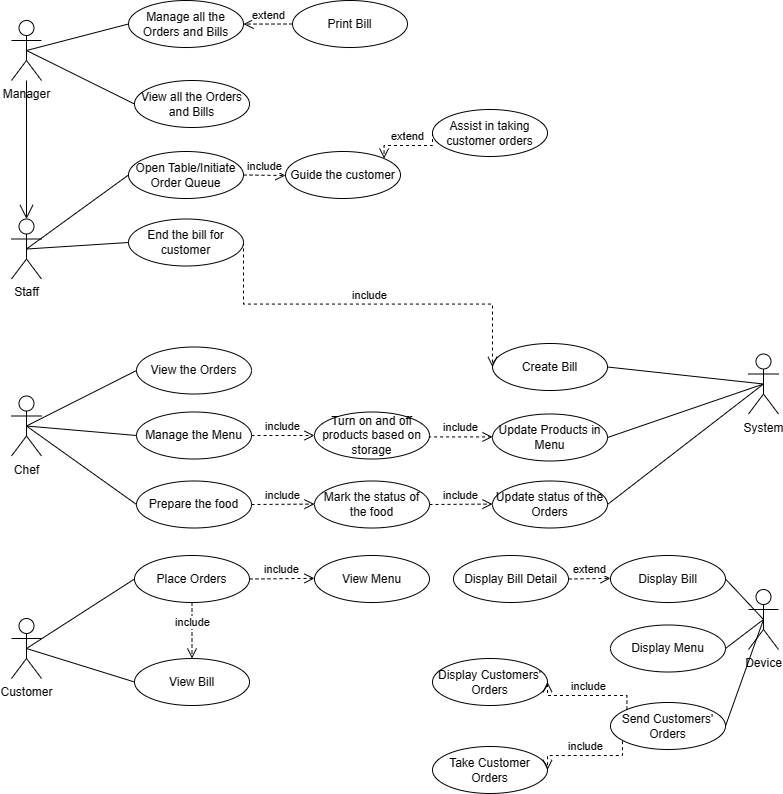
Earlier version of the draw.io export .database/ERD/SOA_USECASE.png (keysKuo/Nodejs-Manfu-API). Source tidied: cells renumbered, new cells last; positions are measured from the earlier drawing's top-left corner, leaving out a move shared by most shapes.
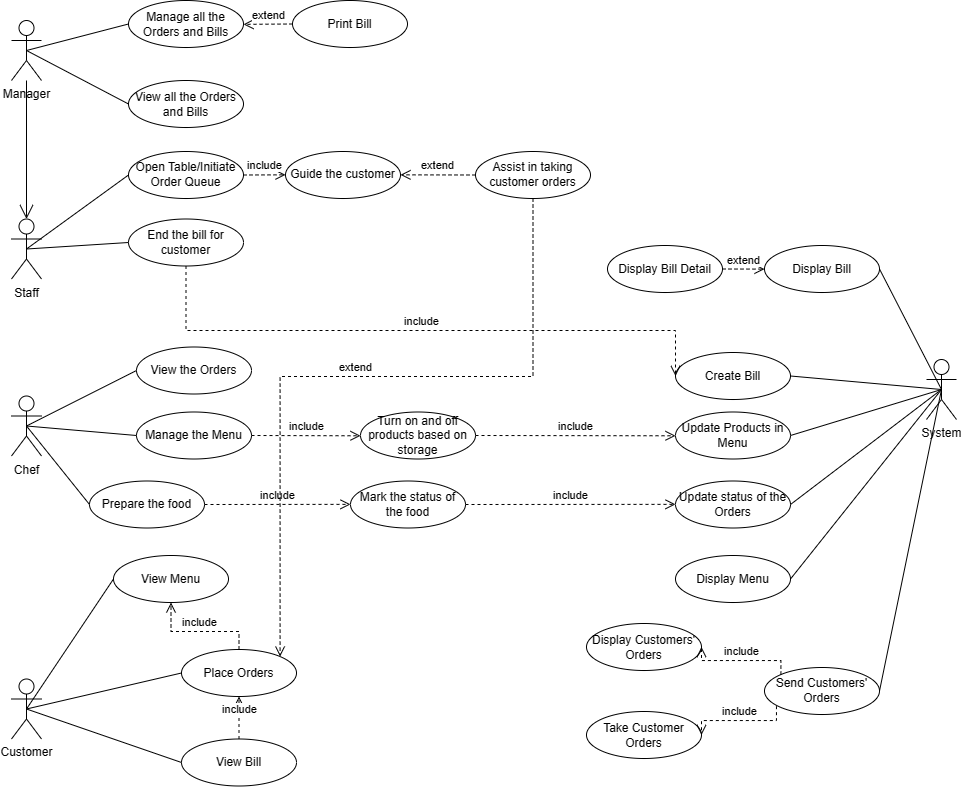
Above is the later version.

Commit message:
update usecase diagram

What changed in the source:
```diff
@@ -12,16 +12,13 @@
       <mxGeometry y="395.5" width="30" height="60" as="geometry" />
     </mxCell>
     <mxCell id="5" value="System" style="shape=umlActor;verticalLabelPosition=bottom;verticalAlign=top;html=1;" parent="1" vertex="1">
-      <mxGeometry x="737" y="353.5" width="30" height="60" as="geometry" />
+      <mxGeometry x="915" y="359" width="30" height="60" as="geometry" />
     </mxCell>
-    <mxCell id="6" value="Device" style="shape=umlActor;verticalLabelPosition=bottom;verticalAlign=top;html=1;" parent="1" vertex="1">
-      <mxGeometry x="737" y="589" width="30" height="60" as="geometry" />
-    </mxCell>
     <mxCell id="7" value="Open Table/Initiate Order Queue" style="ellipse;whiteSpace=wrap;html=1;" parent="1" vertex="1">
       <mxGeometry x="117" y="151" width="115" height="47" as="geometry" />
     </mxCell>
     <mxCell id="8" value="Assist in taking customer orders" style="ellipse;whiteSpace=wrap;html=1;" parent="1" vertex="1">
-      <mxGeometry x="421" y="109" width="115" height="47" as="geometry" />
+      <mxGeometry x="464" y="151" width="115" height="47" as="geometry" />
     </mxCell>
     <mxCell id="9" value="End the bill for customer" style="ellipse;whiteSpace=wrap;html=1;" parent="1" vertex="1">
       <mxGeometry x="117" y="218.5" width="115" height="47" as="geometry" />
@@ -33,22 +30,22 @@
       <mxGeometry x="125" y="346.5" width="115" height="47" as="geometry" />
     </mxCell>
     <mxCell id="12" value="Turn on and off products based on storage" style="ellipse;whiteSpace=wrap;html=1;" parent="1" vertex="1">
-      <mxGeometry x="303" y="411.5" width="115" height="47" as="geometry" />
+      <mxGeometry x="349" y="411.5" width="115" height="47" as="geometry" />
     </mxCell>
     <mxCell id="13" value="Manage the Menu" style="ellipse;whiteSpace=wrap;html=1;" parent="1" vertex="1">
       <mxGeometry x="125" y="411.5" width="115" height="47" as="geometry" />
     </mxCell>
     <mxCell id="14" value="Prepare the food" style="ellipse;whiteSpace=wrap;html=1;" parent="1" vertex="1">
-      <mxGeometry x="125" y="480.5" width="115" height="47" as="geometry" />
+      <mxGeometry x="78" y="480.5" width="115" height="47" as="geometry" />
     </mxCell>
     <mxCell id="15" value="Mark the status of the food" style="ellipse;whiteSpace=wrap;html=1;" parent="1" vertex="1">
-      <mxGeometry x="303" y="480.5" width="115" height="47" as="geometry" />
+      <mxGeometry x="339" y="480.5" width="115" height="47" as="geometry" />
     </mxCell>
     <mxCell id="16" value="Manage all the Orders and Bills" style="ellipse;whiteSpace=wrap;html=1;" parent="1" vertex="1">
       <mxGeometry x="117" width="115" height="47" as="geometry" />
     </mxCell>
     <mxCell id="17" value="View all the Orders and Bills" style="ellipse;whiteSpace=wrap;html=1;" parent="1" vertex="1">
-      <mxGeometry x="123" y="80" width="115" height="47" as="geometry" />
+      <mxGeometry x="117" y="80" width="115" height="47" as="geometry" />
     </mxCell>
     <mxCell id="18" style="endArrow=none;html=1;rounded=0;entryX=0;entryY=0.5;entryDx=0;entryDy=0;exitX=0.5;exitY=0.5;exitDx=0;exitDy=0;exitPerimeter=0;" parent="1" edge="1" source="3" target="7">
       <mxGeometry relative="1" as="geometry" />
@@ -57,10 +54,10 @@
       <mxGeometry relative="1" as="geometry" />
     </mxCell>
     <mxCell id="20" value="Customer" style="shape=umlActor;verticalLabelPosition=bottom;verticalAlign=top;html=1;" parent="1" vertex="1">
-      <mxGeometry y="618" width="30" height="60" as="geometry" />
+      <mxGeometry y="678.5" width="30" height="60" as="geometry" />
     </mxCell>
     <mxCell id="21" value="Place Orders" style="ellipse;whiteSpace=wrap;html=1;" parent="1" vertex="1">
-      <mxGeometry x="123" y="555" width="115" height="47" as="geometry" />
+      <mxGeometry x="170" y="649" width="115" height="47" as="geometry" />
     </mxCell>
     <mxCell id="22" style="endArrow=none;html=1;rounded=0;exitX=0;exitY=0.5;exitDx=0;exitDy=0;entryX=0.5;entryY=0.5;entryDx=0;entryDy=0;entryPerimeter=0;" parent="1" edge="1" source="11" target="4">
       <mxGeometry relative="1" as="geometry" />
@@ -83,58 +80,63 @@
     <mxCell id="28" value="include" style="html=1;verticalAlign=bottom;endArrow=open;dashed=1;endSize=8;edgeStyle=elbowEdgeStyle;elbow=vertical;curved=0;rounded=0;exitX=1;exitY=0.5;exitDx=0;exitDy=0;entryX=0;entryY=0.5;entryDx=0;entryDy=0;" parent="1" edge="1" source="7" target="10">
       <mxGeometry relative="1" as="geometry" />
     </mxCell>
-    <mxCell id="29" value="extend" style="html=1;verticalAlign=bottom;endArrow=open;dashed=1;endSize=8;edgeStyle=elbowEdgeStyle;elbow=vertical;curved=0;rounded=0;entryX=1;entryY=0;entryDx=0;entryDy=0;exitX=0;exitY=0.5;exitDx=0;exitDy=0;" parent="1" edge="1" source="8" target="10">
+    <mxCell id="29" value="extend" style="html=1;verticalAlign=bottom;endArrow=open;dashed=1;endSize=8;edgeStyle=elbowEdgeStyle;elbow=vertical;curved=0;rounded=0;entryX=1;entryY=0.5;entryDx=0;entryDy=0;exitX=0;exitY=0.5;exitDx=0;exitDy=0;" parent="1" edge="1" source="8" target="10">
       <mxGeometry relative="1" as="geometry" />
     </mxCell>
     <mxCell id="30" value="Display Menu" style="ellipse;whiteSpace=wrap;html=1;" parent="1" vertex="1">
-      <mxGeometry x="599" y="624.5" width="115" height="47" as="geometry" />
+      <mxGeometry x="664" y="555" width="115" height="47" as="geometry" />
     </mxCell>
     <mxCell id="31" value="Send Customers' Orders" style="ellipse;whiteSpace=wrap;html=1;" parent="1" vertex="1">
-      <mxGeometry x="599" y="702" width="115" height="47" as="geometry" />
+      <mxGeometry x="753" y="667" width="115" height="47" as="geometry" />
     </mxCell>
     <mxCell id="32" value="Update status of the Orders" style="ellipse;whiteSpace=wrap;html=1;" parent="1" vertex="1">
-      <mxGeometry x="481" y="480.5" width="115" height="47" as="geometry" />
+      <mxGeometry x="664" y="480.5" width="115" height="47" as="geometry" />
     </mxCell>
     <mxCell id="33" value="include" style="html=1;verticalAlign=bottom;endArrow=open;dashed=1;endSize=8;edgeStyle=elbowEdgeStyle;elbow=vertical;curved=0;rounded=0;exitX=1;exitY=0.5;exitDx=0;exitDy=0;entryX=0;entryY=0.5;entryDx=0;entryDy=0;exitPerimeter=0;" parent="1" edge="1" source="15" target="32">
       <mxGeometry relative="1" as="geometry" />
     </mxCell>
     <mxCell id="34" value="Update Products in Menu" style="ellipse;whiteSpace=wrap;html=1;" parent="1" vertex="1">
-      <mxGeometry x="481" y="413.5" width="115" height="47" as="geometry" />
+      <mxGeometry x="664" y="411.5" width="115" height="47" as="geometry" />
     </mxCell>
     <mxCell id="35" value="include" style="html=1;verticalAlign=bottom;endArrow=open;dashed=1;endSize=8;edgeStyle=elbowEdgeStyle;elbow=vertical;curved=0;rounded=0;exitX=1;exitY=0.5;exitDx=0;exitDy=0;entryX=0;entryY=0.5;entryDx=0;entryDy=0;" parent="1" edge="1" source="12" target="34">
       <mxGeometry relative="1" as="geometry" />
     </mxCell>
     <mxCell id="36" value="Take Customer Orders" style="ellipse;whiteSpace=wrap;html=1;" parent="1" vertex="1">
-      <mxGeometry x="421" y="746" width="115" height="47" as="geometry" />
+      <mxGeometry x="575" y="711" width="115" height="47" as="geometry" />
     </mxCell>
     <mxCell id="37" value="Display Bill" style="ellipse;whiteSpace=wrap;html=1;" parent="1" vertex="1">
-      <mxGeometry x="599" y="555" width="115" height="47" as="geometry" />
+      <mxGeometry x="753" y="245" width="115" height="47" as="geometry" />
     </mxCell>
     <mxCell id="38" value="Display Customers' Orders" style="ellipse;whiteSpace=wrap;html=1;" parent="1" vertex="1">
-      <mxGeometry x="421" y="658" width="115" height="47" as="geometry" />
+      <mxGeometry x="575" y="623" width="115" height="47" as="geometry" />
     </mxCell>
     <mxCell id="39" value="Display Bill Detail" style="ellipse;whiteSpace=wrap;html=1;" parent="1" vertex="1">
-      <mxGeometry x="442" y="555" width="115" height="47" as="geometry" />
+      <mxGeometry x="596" y="245" width="115" height="47" as="geometry" />
     </mxCell>
-    <mxCell id="40" style="endArrow=none;html=1;rounded=0;exitX=0.5;exitY=0.5;exitDx=0;exitDy=0;exitPerimeter=0;entryX=1;entryY=0.5;entryDx=0;entryDy=0;" parent="1" edge="1" source="6" target="30">
+    <mxCell id="40" style="endArrow=none;html=1;rounded=0;exitX=0.5;exitY=0.5;exitDx=0;exitDy=0;exitPerimeter=0;entryX=1;entryY=0.5;entryDx=0;entryDy=0;" parent="1" edge="1" source="5" target="30">
       <mxGeometry relative="1" as="geometry" />
     </mxCell>
     <mxCell id="41" value="View Menu" style="ellipse;whiteSpace=wrap;html=1;" parent="1" vertex="1">
-      <mxGeometry x="303" y="555" width="115" height="47" as="geometry" />
+      <mxGeometry x="102" y="555" width="115" height="47" as="geometry" />
     </mxCell>
     <mxCell id="42" style="endArrow=none;html=1;rounded=0;exitX=0.5;exitY=0.5;exitDx=0;exitDy=0;exitPerimeter=0;entryX=0;entryY=0.5;entryDx=0;entryDy=0;" parent="1" edge="1" source="20" target="21">
       <mxGeometry relative="1" as="geometry" />
     </mxCell>
-    <mxCell id="43" style="endArrow=none;html=1;rounded=0;exitX=0.5;exitY=0.5;exitDx=0;exitDy=0;exitPerimeter=0;entryX=1;entryY=0.5;entryDx=0;entryDy=0;" parent="1" edge="1" source="6" target="37">
+    <mxCell id="43" style="endArrow=none;html=1;rounded=0;exitX=0.5;exitY=0.5;exitDx=0;exitDy=0;exitPerimeter=0;entryX=1;entryY=0.5;entryDx=0;entryDy=0;" parent="1" edge="1" source="5" target="37">
       <mxGeometry relative="1" as="geometry" />
     </mxCell>
     <mxCell id="44" value="include" style="html=1;verticalAlign=bottom;endArrow=open;dashed=1;endSize=8;edgeStyle=elbowEdgeStyle;elbow=vertical;curved=0;rounded=0;exitX=0.104;exitY=0.823;exitDx=0;exitDy=0;exitPerimeter=0;entryX=1;entryY=0.5;entryDx=0;entryDy=0;" parent="1" edge="1" source="31" target="36">
       <mxGeometry relative="1" as="geometry" />
     </mxCell>
-    <mxCell id="45" value="include" style="html=1;verticalAlign=bottom;endArrow=open;dashed=1;endSize=8;edgeStyle=elbowEdgeStyle;elbow=vertical;curved=0;rounded=0;exitX=1;exitY=0.5;exitDx=0;exitDy=0;entryX=0;entryY=0.5;entryDx=0;entryDy=0;" parent="1" edge="1" source="21" target="41">
-      <mxGeometry relative="1" as="geometry" />
+    <mxCell id="45" value="include" style="html=1;verticalAlign=bottom;endArrow=open;dashed=1;endSize=8;edgeStyle=elbowEdgeStyle;elbow=vertical;curved=0;rounded=0;exitX=0.5;exitY=0;exitDx=0;exitDy=0;entryX=0.5;entryY=1;entryDx=0;entryDy=0;" parent="1" edge="1" source="21" target="41">
+      <mxGeometry relative="1" as="geometry">
+        <Array as="points">
+          <mxPoint x="214" y="631" />
+          <mxPoint x="214" y="631" />
+        </Array>
+      </mxGeometry>
     </mxCell>
-    <mxCell id="46" style="endArrow=none;html=1;rounded=0;exitX=0.5;exitY=0.5;exitDx=0;exitDy=0;exitPerimeter=0;entryX=1;entryY=0.5;entryDx=0;entryDy=0;" parent="1" edge="1" source="6" target="31">
+    <mxCell id="46" style="endArrow=none;html=1;rounded=0;exitX=0.5;exitY=0.5;exitDx=0;exitDy=0;exitPerimeter=0;entryX=1;entryY=0.5;entryDx=0;entryDy=0;" parent="1" edge="1" source="5" target="31">
       <mxGeometry relative="1" as="geometry" />
     </mxCell>
     <mxCell id="47" value="include" style="html=1;verticalAlign=bottom;endArrow=open;dashed=1;endSize=8;edgeStyle=elbowEdgeStyle;elbow=vertical;curved=0;rounded=0;exitX=0;exitY=0;exitDx=0;exitDy=0;entryX=1;entryY=0.5;entryDx=0;entryDy=0;" parent="1" edge="1" source="31" target="38">
@@ -147,14 +149,11 @@
       <mxGeometry relative="1" as="geometry" />
     </mxCell>
     <mxCell id="50" value="Create Bill" style="ellipse;whiteSpace=wrap;html=1;" parent="1" vertex="1">
-      <mxGeometry x="481" y="343" width="115" height="47" as="geometry" />
+      <mxGeometry x="664" y="352" width="115" height="47" as="geometry" />
     </mxCell>
     <mxCell id="51" style="endArrow=none;html=1;rounded=0;entryX=1;entryY=0.5;entryDx=0;entryDy=0;exitX=0.5;exitY=0.5;exitDx=0;exitDy=0;exitPerimeter=0;" parent="1" edge="1" source="5" target="50">
       <mxGeometry relative="1" as="geometry" />
     </mxCell>
-    <mxCell id="52" value="include" style="html=1;verticalAlign=bottom;endArrow=open;dashed=1;endSize=8;edgeStyle=elbowEdgeStyle;elbow=vertical;curved=0;rounded=0;exitX=1;exitY=0.5;exitDx=0;exitDy=0;entryX=0;entryY=0.5;entryDx=0;entryDy=0;" parent="1" edge="1" source="9" target="50">
-      <mxGeometry relative="1" as="geometry" />
-    </mxCell>
     <mxCell id="53" style="endArrow=open;endFill=1;endSize=12;html=1;rounded=0;entryX=0.5;entryY=0;entryDx=0;entryDy=0;entryPerimeter=0;" parent="1" edge="1" source="2" target="3">
       <mxGeometry relative="1" as="geometry" />
     </mxCell>
@@ -171,13 +170,32 @@
       <mxGeometry relative="1" as="geometry" />
     </mxCell>
     <mxCell id="58" value="View Bill" style="ellipse;whiteSpace=wrap;html=1;" parent="1" vertex="1">
-      <mxGeometry x="123" y="658" width="115" height="47" as="geometry" />
+      <mxGeometry x="170" y="738.5" width="115" height="47" as="geometry" />
     </mxCell>
     <mxCell id="59" style="endArrow=none;html=1;rounded=0;exitX=0.5;exitY=0.5;exitDx=0;exitDy=0;exitPerimeter=0;entryX=0;entryY=0.5;entryDx=0;entryDy=0;" parent="1" edge="1" source="20" target="58">
       <mxGeometry relative="1" as="geometry" />
     </mxCell>
-    <mxCell id="60" value="include" style="html=1;verticalAlign=bottom;endArrow=open;dashed=1;endSize=8;edgeStyle=elbowEdgeStyle;elbow=vertical;curved=0;rounded=0;exitX=0.5;exitY=1;exitDx=0;exitDy=0;entryX=0.5;entryY=0;entryDx=0;entryDy=0;" parent="1" edge="1" source="21" target="58">
+    <mxCell id="60" value="include" style="html=1;verticalAlign=bottom;endArrow=open;dashed=1;endSize=8;edgeStyle=elbowEdgeStyle;elbow=vertical;curved=0;rounded=0;exitX=0.5;exitY=0;exitDx=0;exitDy=0;entryX=0.5;entryY=1;entryDx=0;entryDy=0;" parent="1" edge="1" source="58" target="21">
       <mxGeometry relative="1" as="geometry" />
     </mxCell>
+    <mxCell id="52" value="include" style="html=1;verticalAlign=bottom;endArrow=open;dashed=1;endSize=8;edgeStyle=elbowEdgeStyle;elbow=vertical;curved=0;rounded=0;exitX=0.5;exitY=1;exitDx=0;exitDy=0;entryX=0;entryY=0.5;entryDx=0;entryDy=0;" parent="1" edge="1" source="9" target="50">
+      <mxGeometry relative="1" as="geometry">
+        <Array as="points">
+          <mxPoint x="413" y="330" />
+        </Array>
+      </mxGeometry>
+    </mxCell>
+    <mxCell id="61" value="extend" style="html=1;verticalAlign=bottom;endArrow=open;dashed=1;endSize=8;edgeStyle=elbowEdgeStyle;elbow=vertical;curved=0;rounded=0;entryX=1;entryY=0;entryDx=0;entryDy=0;exitX=0.5;exitY=1;exitDx=0;exitDy=0;" parent="1" edge="1" source="8" target="21">
+      <mxGeometry relative="1" as="geometry">
+        <Array as="points">
+          <mxPoint x="513" y="376" />
+          <mxPoint x="280" y="468" />
+          <mxPoint x="337" y="391" />
+        </Array>
+      </mxGeometry>
+    </mxCell>
+    <mxCell id="62" style="endArrow=none;html=1;rounded=0;exitX=0.5;exitY=0.5;exitDx=0;exitDy=0;exitPerimeter=0;entryX=0;entryY=0.5;entryDx=0;entryDy=0;" parent="1" edge="1" source="20" target="41">
+      <mxGeometry relative="1" as="geometry" />
+    </mxCell>
   </root>
 </mxGraphModel>
```
